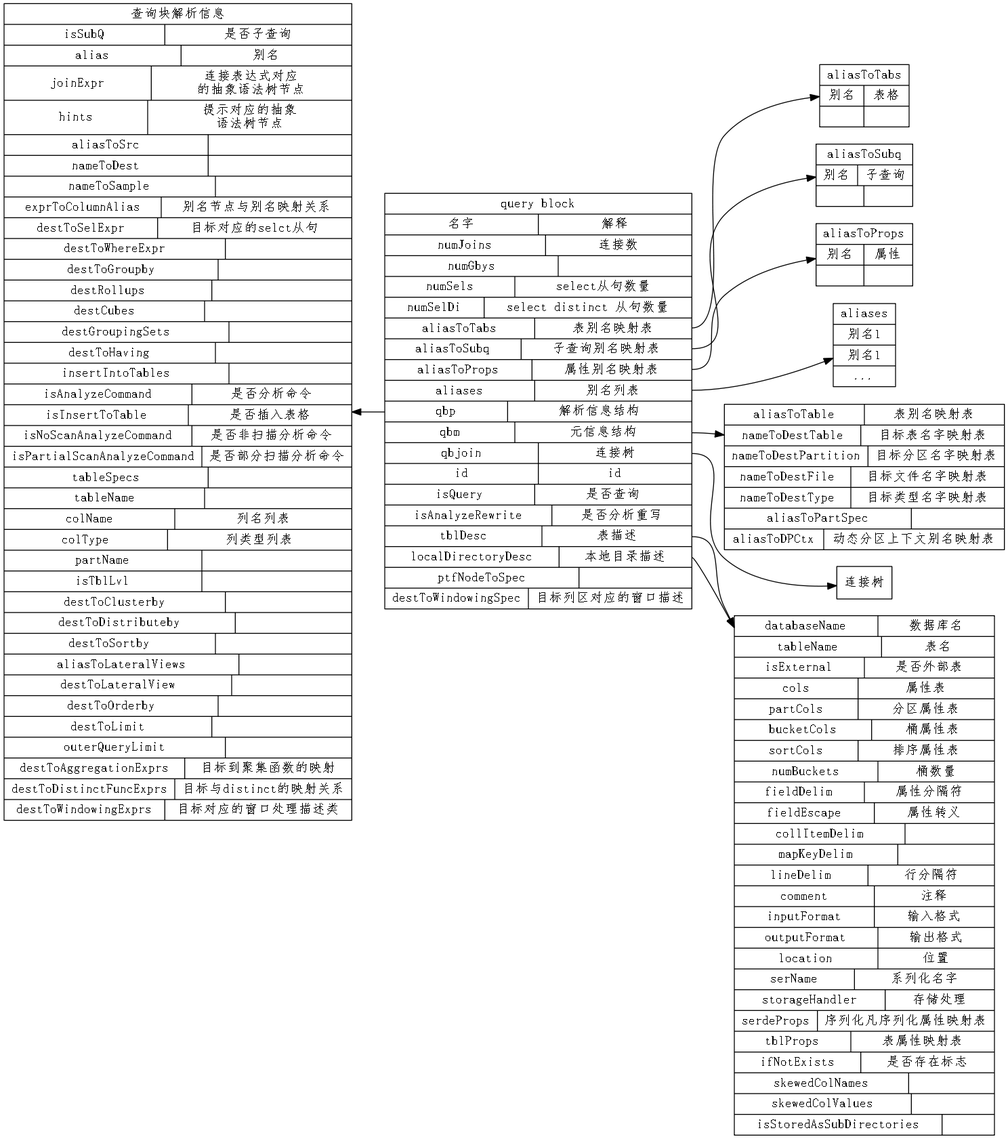
This is dot_file/qb.dot.png from alan2lin/hive_ql_parser, a Graphviz export, as it was before one commit. Its source is kept beside it as dot_file/qb.dot. Source of this version:
```dot
digraph "query block"
{
node[fontname="FangSong"  shape= box];
edge[fontname="FangSong"];
graph[fontname="FangSong" rankdir = "LR"];



qb [ label = " query block | {  名字  | 解释}| {<numJoins> numJoins  |<numJoinsDesc> 连接数}| {<numGbys> numGbys  |<numGbysDesc>  }| {<numSels> numSels  |<numSelsDesc> select从句数量}| {<numSelDi> numSelDi  |<numSelDiDesc> select distinct 从句数量}| {<aliasToTabs> aliasToTabs |<aliasToTabsDesc>表别名映射表}| {<aliasToSubq> aliasToSubq  |<aliasToSubqDesc>子查询别名映射表}| {<aliasToProps> aliasToProps  |<aliasToPropsDesc>属性别名映射表}| {<aliases> aliases  |<aliasesDesc>别名列表}| {<qbp> qbp  |<qbpDesc>解析信息结构}| {<qbm> qbm  |<qbmDesc>元信息结构}| {<qbjoin> qbjoin  |<qbjoinDesc>连接树}| {<id> id  |<idDesc> id}| {<isQuery> isQuery  |<isQueryDesc>是否查询}| {<isAnalyzeRewrite> isAnalyzeRewrite  |<isAnalyzeRewriteDesc> 是否分析重写}| {<tblDesc> tblDesc  |<tblDescDesc>表描述}| {<localDirectoryDesc> localDirectoryDesc  |<localDirectoryDescDesc>本地目录描述 }|{<ptfNodeToSpec> ptfNodeToSpec |<ptfNodeToSpecDesc>}|{<destToWindowingSpec> destToWindowingSpec |<destToWindowingSpecDesc>目标列区对应的窗口描述}" shape = "record" ];

qbp [label = "查询块解析信息|{<isSubQ> isSubQ |<isSubQDesc>是否子查询}| {<alias> alias |<aliasDesc>别名}| {<joinExpr> joinExpr  |<joinExprDesc>连接表达式对应\n的抽象语法树节点}| {<hints> hints |<hintsDesc>提示对应的抽象\n语法树节点}| {<aliasToSrc> aliasToSrc |<aliasToSrcDesc>}| {<nameToDest> nameToDest |<nameToDestDesc>}| {<nameToSample> nameToSample |<nameToSampleDesc>}| {<exprToColumnAlias> exprToColumnAlias |<exprToColumnAliasDesc>别名节点与别名映射关系}| {<destToSelExpr> destToSelExpr |<destToSelExprDesc> 目标对应的selct从句}| {<destToWhereExpr> destToWhereExpr |<destToWhereExprDesc>}| {<destToGroupby> destToGroupby |<destToGroupbyDesc>}| {<destRollups> destRollups |<destRollupsDesc>}| {<destCubes> destCubes |<destCubesDesc>}| {<destGroupingSets> destGroupingSets |<destGroupingSetsDesc>}| {<destToHaving> destToHaving |<destToHavingDesc>}| {<insertIntoTables> insertIntoTables |<insertIntoTablesDesc>}| {<isAnalyzeCommand> isAnalyzeCommand |<isAnalyzeCommandDesc>是否分析命令 }| {<isInsertToTable> isInsertToTable |<isInsertToTableDesc>是否插入表格}| {<isNoScanAnalyzeCommand> isNoScanAnalyzeCommand |<isNoScanAnalyzeCommandDesc>是否非扫描分析命令}| {<isPartialScanAnalyzeCommand> isPartialScanAnalyzeCommand |<isPartialScanAnalyzeCommandDesc>是否部分扫描分析命令}| {<tableSpecs> tableSpecs |<tableSpecsDesc> }| {<tableName> tableName |<tableNameDesc>}| {<colName> colName |<colNameDesc>列名列表  }| {<colType> colType |<colTypeDesc>列类型列表}| {<partName> partName |<partNameDesc>  }| {<isTblLvl> isTblLvl |<isTblLvlDesc> }| {<destToClusterby> destToClusterby |<destToClusterbyDesc>}| {<destToDistributeby> destToDistributeby |<destToDistributebyDesc>}| {<destToSortby> destToSortby |<destToSortbyDesc>}| {<aliasToLateralViews> aliasToLateralViews |<aliasToLateralViewsDesc>}| {<destToLateralView> destToLateralView |<destToLateralViewDesc>}| {<destToOrderby> destToOrderby |<destToOrderbyDesc>}| {<destToLimit> destToLimit |<destToLimitDesc>}| {<outerQueryLimit> outerQueryLimit |<outerQueryLimitDesc>}| {<destToAggregationExprs> destToAggregationExprs |<destToAggregationExprsDesc> 目标到聚集函数的映射}| {<destToDistinctFuncExprs> destToDistinctFuncExprs |<destToDistinctFuncExprsDesc> 目标与distinct的映射关系}| {<destToWindowingExprs> destToWindowingExprs |<destToWindowingExprsDesc> 目标对应的窗口处理描述类}" shape=record];
qbm [label = "{<aliasToTable> aliasToTable |<aliasToTableDesc>表别名映射表}| {<nameToDestTable> nameToDestTable |<nameToDestTableDesc>目标表名字映射表}| {<nameToDestPartition> nameToDestPartition |<nameToDestPartitionDesc>目标分区名字映射表}| {<nameToDestFile> nameToDestFile |<nameToDestFileDesc>目标文件名字映射表}| {<nameToDestType> nameToDestType |<nameToDestTypeDesc>目标类型名字映射表}| {<aliasToPartSpec> aliasToPartSpec |<aliasToPartSpecDesc>}| {<aliasToDPCtx> aliasToDPCtx |<aliasToDPCtxDesc>动态分区上下文别名映射表}" shape=record];

tbldesc [label ="{<databaseName> databaseName |<databaseNameDesc>数据库名}|{<tableName> tableName |<tableNameDesc>表名}|{<isExternal> isExternal |<isExternalDesc>是否外部表}|{<cols> cols |<colsDesc>属性表}|{<partCols> partCols |<partColsDesc>分区属性表}|{<bucketCols> bucketCols |<bucketColsDesc>桶属性表}|{<sortCols> sortCols |<sortColsDesc>排序属性表}|{<numBuckets> numBuckets |<numBucketsDesc>桶数量}|{<fieldDelim> fieldDelim |<fieldDelimDesc>属性分隔符}|{<fieldEscape> fieldEscape |<fieldEscapeDesc>属性转义}|{<collItemDelim> collItemDelim |<collItemDelimDesc>}|{<mapKeyDelim> mapKeyDelim |<mapKeyDelimDesc>}|{<lineDelim> lineDelim |<lineDelimDesc>行分隔符}|{<comment> comment |<commentDesc>注释}|{<inputFormat> inputFormat |<inputFormatDesc>输入格式}|{<outputFormat> outputFormat |<outputFormatDesc>输出格式}|{<location> location |<locationDesc>位置}|{<serName> serName |<serNameDesc>系列化名字}|{<storageHandler> storageHandler |<storageHandlerDesc>存储处理}|{<serdeProps> serdeProps |<serdePropsDesc>序列化凡序列化属性映射表}|{<tblProps> tblProps |<tblPropsDesc>表属性映射表}|{<ifNotExists> ifNotExists |<ifNotExistsDesc>是否存在标志}|{<skewedColNames> skewedColNames |<skewedColNamesDesc>}|{<skewedColValues> skewedColValues |<skewedColValuesDesc>}|{<isStoredAsSubDirectories> isStoredAsSubDirectories |<isStoredAsSubDirectoriesDesc>}"  shape=record];


aliasToTabs[ label = " aliasToTabs |{别名|表格}|{|}" shape=record];
aliasToSubq[ label = " aliasToSubq |{别名|子查询}|{|}" shape=record];
aliasToProps[ label = " aliasToProps |{别名|属性}|{|}" shape=record];
aliases[ label = " aliases |别名1|别名1|..." shape=record];

qb:aliasToTabsDesc->aliasToTabs;
qb:aliasToSubqDesc->aliasToSubq;
qb:aliasToPropsDesc->aliasToProps;
qb:aliasesDesc->aliases;
qbp->qb:qbp[dir=back];
qb:qbmDesc->qbm;
qb:qbjoinDesc->"连接树";
qb:tblDescDesc->tbldesc;
qb:localDirectoryDescDesc->tbldesc;


}
```
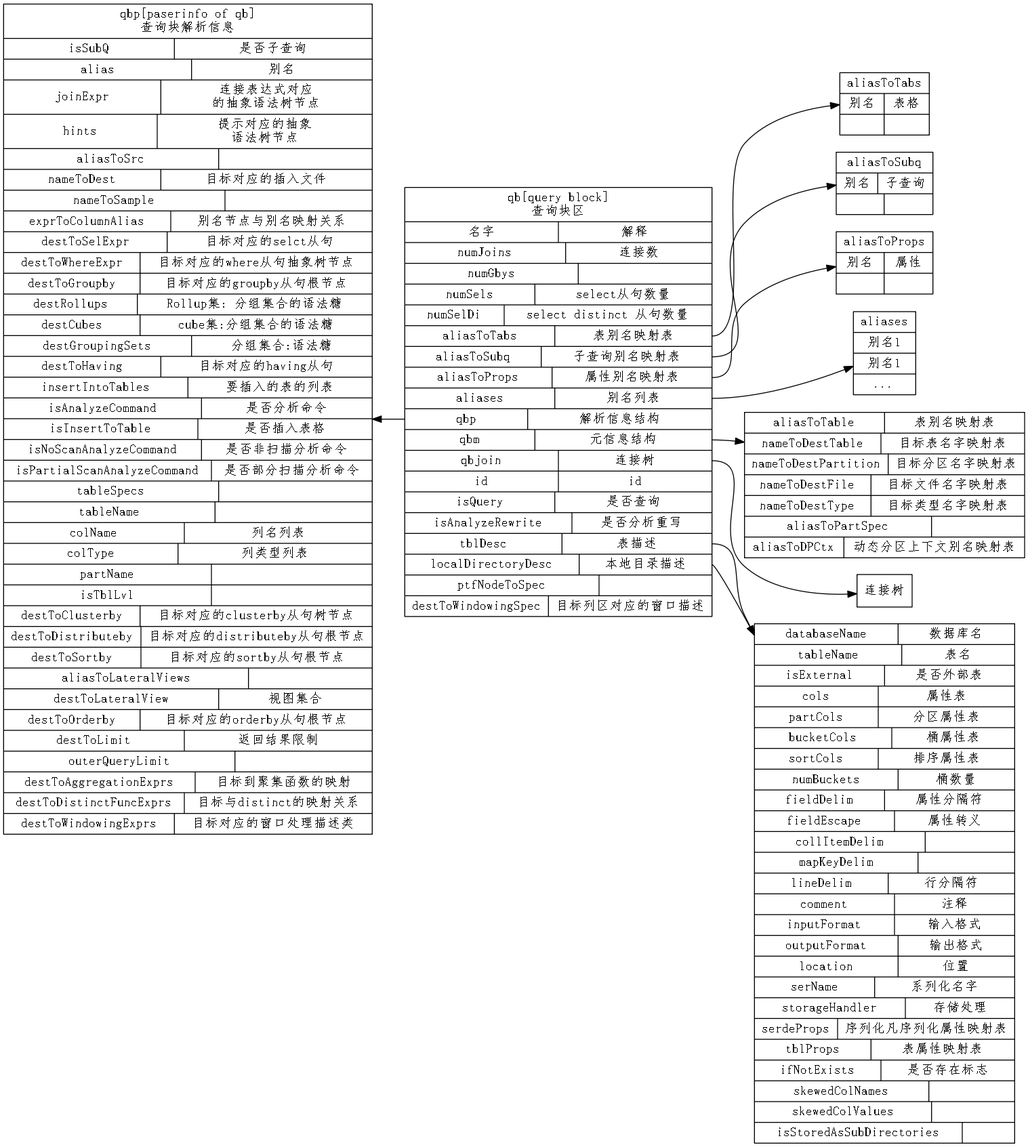
The same diagram one commit later.

Change to the diagram source:
```diff
@@ -6,9 +6,9 @@
 
 
 
-qb [ label = " query block | {  名字  | 解释}| {<numJoins> numJoins  |<numJoinsDesc> 连接数}| {<numGbys> numGbys  |<numGbysDesc>  }| {<numSels> numSels  |<numSelsDesc> select从句数量}| {<numSelDi> numSelDi  |<numSelDiDesc> select distinct 从句数量}| {<aliasToTabs> aliasToTabs |<aliasToTabsDesc>表别名映射表}| {<aliasToSubq> aliasToSubq  |<aliasToSubqDesc>子查询别名映射表}| {<aliasToProps> aliasToProps  |<aliasToPropsDesc>属性别名映射表}| {<aliases> aliases  |<aliasesDesc>别名列表}| {<qbp> qbp  |<qbpDesc>解析信息结构}| {<qbm> qbm  |<qbmDesc>元信息结构}| {<qbjoin> qbjoin  |<qbjoinDesc>连接树}| {<id> id  |<idDesc> id}| {<isQuery> isQuery  |<isQueryDesc>是否查询}| {<isAnalyzeRewrite> isAnalyzeRewrite  |<isAnalyzeRewriteDesc> 是否分析重写}| {<tblDesc> tblDesc  |<tblDescDesc>表描述}| {<localDirectoryDesc> localDirectoryDesc  |<localDirectoryDescDesc>本地目录描述 }|{<ptfNodeToSpec> ptfNodeToSpec |<ptfNodeToSpecDesc>}|{<destToWindowingSpec> destToWindowingSpec |<destToWindowingSpecDesc>目标列区对应的窗口描述}" shape = "record" ];
+qb [ label = " qb[query block]\n查询块区| {  名字  | 解释}| {<numJoins> numJoins  |<numJoinsDesc> 连接数}| {<numGbys> numGbys  |<numGbysDesc>  }| {<numSels> numSels  |<numSelsDesc> select从句数量}| {<numSelDi> numSelDi  |<numSelDiDesc> select distinct 从句数量}| {<aliasToTabs> aliasToTabs |<aliasToTabsDesc>表别名映射表}| {<aliasToSubq> aliasToSubq  |<aliasToSubqDesc>子查询别名映射表}| {<aliasToProps> aliasToProps  |<aliasToPropsDesc>属性别名映射表}| {<aliases> aliases  |<aliasesDesc>别名列表}| {<qbp> qbp  |<qbpDesc>解析信息结构}| {<qbm> qbm  |<qbmDesc>元信息结构}| {<qbjoin> qbjoin  |<qbjoinDesc>连接树}| {<id> id  |<idDesc> id}| {<isQuery> isQuery  |<isQueryDesc>是否查询}| {<isAnalyzeRewrite> isAnalyzeRewrite  |<isAnalyzeRewriteDesc> 是否分析重写}| {<tblDesc> tblDesc  |<tblDescDesc>表描述}| {<localDirectoryDesc> localDirectoryDesc  |<localDirectoryDescDesc>本地目录描述 }|{<ptfNodeToSpec> ptfNodeToSpec |<ptfNodeToSpecDesc>}|{<destToWindowingSpec> destToWindowingSpec |<destToWindowingSpecDesc>目标列区对应的窗口描述}" shape = "record" ];
 
-qbp [label = "查询块解析信息|{<isSubQ> isSubQ |<isSubQDesc>是否子查询}| {<alias> alias |<aliasDesc>别名}| {<joinExpr> joinExpr  |<joinExprDesc>连接表达式对应\n的抽象语法树节点}| {<hints> hints |<hintsDesc>提示对应的抽象\n语法树节点}| {<aliasToSrc> aliasToSrc |<aliasToSrcDesc>}| {<nameToDest> nameToDest |<nameToDestDesc>}| {<nameToSample> nameToSample |<nameToSampleDesc>}| {<exprToColumnAlias> exprToColumnAlias |<exprToColumnAliasDesc>别名节点与别名映射关系}| {<destToSelExpr> destToSelExpr |<destToSelExprDesc> 目标对应的selct从句}| {<destToWhereExpr> destToWhereExpr |<destToWhereExprDesc>}| {<destToGroupby> destToGroupby |<destToGroupbyDesc>}| {<destRollups> destRollups |<destRollupsDesc>}| {<destCubes> destCubes |<destCubesDesc>}| {<destGroupingSets> destGroupingSets |<destGroupingSetsDesc>}| {<destToHaving> destToHaving |<destToHavingDesc>}| {<insertIntoTables> insertIntoTables |<insertIntoTablesDesc>}| {<isAnalyzeCommand> isAnalyzeCommand |<isAnalyzeCommandDesc>是否分析命令 }| {<isInsertToTable> isInsertToTable |<isInsertToTableDesc>是否插入表格}| {<isNoScanAnalyzeCommand> isNoScanAnalyzeCommand |<isNoScanAnalyzeCommandDesc>是否非扫描分析命令}| {<isPartialScanAnalyzeCommand> isPartialScanAnalyzeCommand |<isPartialScanAnalyzeCommandDesc>是否部分扫描分析命令}| {<tableSpecs> tableSpecs |<tableSpecsDesc> }| {<tableName> tableName |<tableNameDesc>}| {<colName> colName |<colNameDesc>列名列表  }| {<colType> colType |<colTypeDesc>列类型列表}| {<partName> partName |<partNameDesc>  }| {<isTblLvl> isTblLvl |<isTblLvlDesc> }| {<destToClusterby> destToClusterby |<destToClusterbyDesc>}| {<destToDistributeby> destToDistributeby |<destToDistributebyDesc>}| {<destToSortby> destToSortby |<destToSortbyDesc>}| {<aliasToLateralViews> aliasToLateralViews |<aliasToLateralViewsDesc>}| {<destToLateralView> destToLateralView |<destToLateralViewDesc>}| {<destToOrderby> destToOrderby |<destToOrderbyDesc>}| {<destToLimit> destToLimit |<destToLimitDesc>}| {<outerQueryLimit> outerQueryLimit |<outerQueryLimitDesc>}| {<destToAggregationExprs> destToAggregationExprs |<destToAggregationExprsDesc> 目标到聚集函数的映射}| {<destToDistinctFuncExprs> destToDistinctFuncExprs |<destToDistinctFuncExprsDesc> 目标与distinct的映射关系}| {<destToWindowingExprs> destToWindowingExprs |<destToWindowingExprsDesc> 目标对应的窗口处理描述类}" shape=record];
+qbp [label = "qbp[paserinfo of qb]\n查询块解析信息|{<isSubQ> isSubQ |<isSubQDesc>是否子查询}| {<alias> alias |<aliasDesc>别名}| {<joinExpr> joinExpr  |<joinExprDesc>连接表达式对应\n的抽象语法树节点}| {<hints> hints |<hintsDesc>提示对应的抽象\n语法树节点}| {<aliasToSrc> aliasToSrc |<aliasToSrcDesc>}| {<nameToDest> nameToDest |<nameToDestDesc>目标对应的插入文件}| {<nameToSample> nameToSample |<nameToSampleDesc>}| {<exprToColumnAlias> exprToColumnAlias |<exprToColumnAliasDesc>别名节点与别名映射关系}| {<destToSelExpr> destToSelExpr |<destToSelExprDesc> 目标对应的selct从句}| {<destToWhereExpr> destToWhereExpr |<destToWhereExprDesc> 目标对应的where从句抽象树节点}| {<destToGroupby> destToGroupby |<destToGroupbyDesc>目标对应的groupby从句根节点}| {<destRollups> destRollups |<destRollupsDesc>Rollup集：分组集合的语法糖 }| {<destCubes> destCubes |<destCubesDesc>cube集:分组集合的语法糖}| {<destGroupingSets> destGroupingSets |<destGroupingSetsDesc>分组集合:语法糖}| {<destToHaving> destToHaving |<destToHavingDesc>目标对应的having从句}| {<insertIntoTables> insertIntoTables |<insertIntoTablesDesc>要插入的表的列表}| {<isAnalyzeCommand> isAnalyzeCommand |<isAnalyzeCommandDesc>是否分析命令 }| {<isInsertToTable> isInsertToTable |<isInsertToTableDesc>是否插入表格}| {<isNoScanAnalyzeCommand> isNoScanAnalyzeCommand |<isNoScanAnalyzeCommandDesc>是否非扫描分析命令}| {<isPartialScanAnalyzeCommand> isPartialScanAnalyzeCommand |<isPartialScanAnalyzeCommandDesc>是否部分扫描分析命令}| {<tableSpecs> tableSpecs |<tableSpecsDesc> }| {<tableName> tableName |<tableNameDesc>}| {<colName> colName |<colNameDesc>列名列表  }| {<colType> colType |<colTypeDesc>列类型列表}| {<partName> partName |<partNameDesc>  }| {<isTblLvl> isTblLvl |<isTblLvlDesc> }| {<destToClusterby> destToClusterby |<destToClusterbyDesc> 目标对应的clusterby从句树节点 }| {<destToDistributeby> destToDistributeby |<destToDistributebyDesc>目标对应的distributeby从句根节点}| {<destToSortby> destToSortby |<destToSortbyDesc>目标对应的sortby从句根节点}| {<aliasToLateralViews> aliasToLateralViews |<aliasToLateralViewsDesc>}| {<destToLateralView> destToLateralView |<destToLateralViewDesc>视图集合}| {<destToOrderby> destToOrderby |<destToOrderbyDesc>目标对应的orderby从句根节点}| {<destToLimit> destToLimit |<destToLimitDesc>返回结果限制}| {<outerQueryLimit> outerQueryLimit |<outerQueryLimitDesc>}| {<destToAggregationExprs> destToAggregationExprs |<destToAggregationExprsDesc> 目标到聚集函数的映射}| {<destToDistinctFuncExprs> destToDistinctFuncExprs |<destToDistinctFuncExprsDesc> 目标与distinct的映射关系}| {<destToWindowingExprs> destToWindowingExprs |<destToWindowingExprsDesc> 目标对应的窗口处理描述类}" shape=record];
 qbm [label = "{<aliasToTable> aliasToTable |<aliasToTableDesc>表别名映射表}| {<nameToDestTable> nameToDestTable |<nameToDestTableDesc>目标表名字映射表}| {<nameToDestPartition> nameToDestPartition |<nameToDestPartitionDesc>目标分区名字映射表}| {<nameToDestFile> nameToDestFile |<nameToDestFileDesc>目标文件名字映射表}| {<nameToDestType> nameToDestType |<nameToDestTypeDesc>目标类型名字映射表}| {<aliasToPartSpec> aliasToPartSpec |<aliasToPartSpecDesc>}| {<aliasToDPCtx> aliasToDPCtx |<aliasToDPCtxDesc>动态分区上下文别名映射表}" shape=record];
 
 tbldesc [label ="{<databaseName> databaseName |<databaseNameDesc>数据库名}|{<tableName> tableName |<tableNameDesc>表名}|{<isExternal> isExternal |<isExternalDesc>是否外部表}|{<cols> cols |<colsDesc>属性表}|{<partCols> partCols |<partColsDesc>分区属性表}|{<bucketCols> bucketCols |<bucketColsDesc>桶属性表}|{<sortCols> sortCols |<sortColsDesc>排序属性表}|{<numBuckets> numBuckets |<numBucketsDesc>桶数量}|{<fieldDelim> fieldDelim |<fieldDelimDesc>属性分隔符}|{<fieldEscape> fieldEscape |<fieldEscapeDesc>属性转义}|{<collItemDelim> collItemDelim |<collItemDelimDesc>}|{<mapKeyDelim> mapKeyDelim |<mapKeyDelimDesc>}|{<lineDelim> lineDelim |<lineDelimDesc>行分隔符}|{<comment> comment |<commentDesc>注释}|{<inputFormat> inputFormat |<inputFormatDesc>输入格式}|{<outputFormat> outputFormat |<outputFormatDesc>输出格式}|{<location> location |<locationDesc>位置}|{<serName> serName |<serNameDesc>系列化名字}|{<storageHandler> storageHandler |<storageHandlerDesc>存储处理}|{<serdeProps> serdeProps |<serdePropsDesc>序列化凡序列化属性映射表}|{<tblProps> tblProps |<tblPropsDesc>表属性映射表}|{<ifNotExists> ifNotExists |<ifNotExistsDesc>是否存在标志}|{<skewedColNames> skewedColNames |<skewedColNamesDesc>}|{<skewedColValues> skewedColValues |<skewedColValuesDesc>}|{<isStoredAsSubDirectories> isStoredAsSubDirectories |<isStoredAsSubDirectoriesDesc>}"  shape=record];
```
